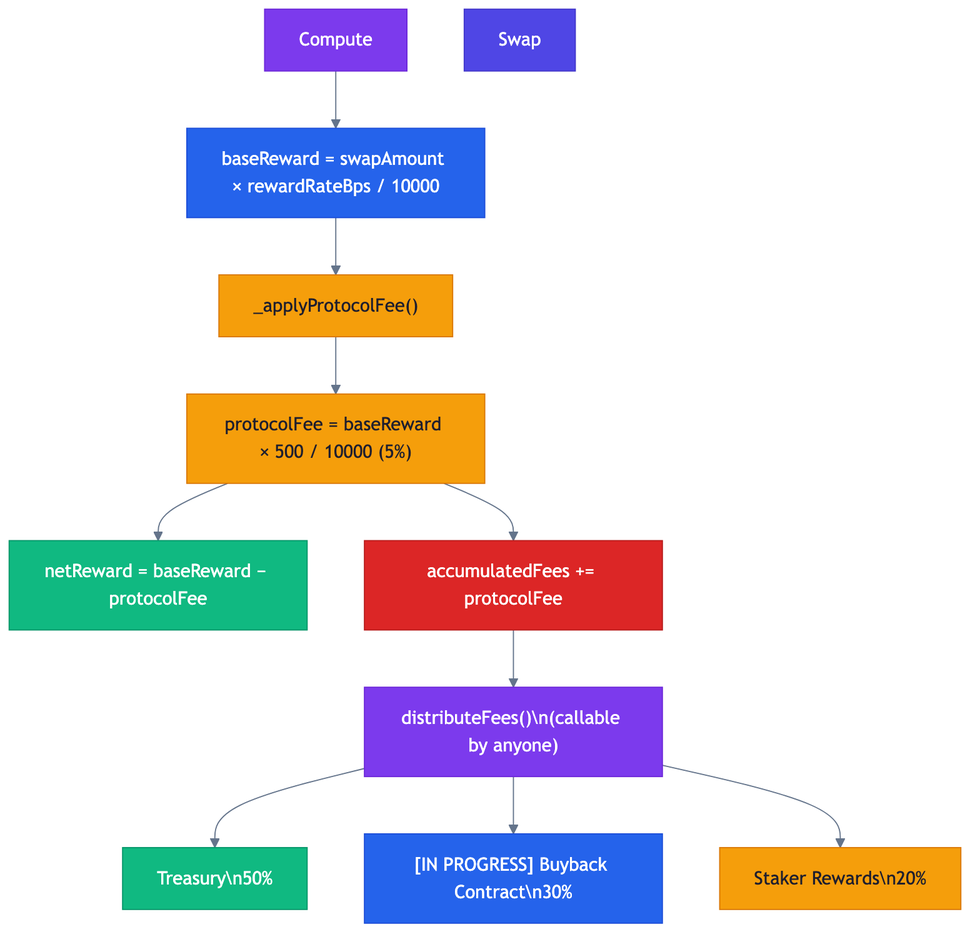
This is docs/diagrams/SYSTEM_DESIGN_12.png from guglxni/the-fixer-hook, a Mermaid export, as it was before one commit. Its source is kept beside it as docs/diagrams/SYSTEM_DESIGN_12.mmd. Its diagram source:
```mermaid
%%{init: {'theme': 'neutral', 'themeVariables': { 'primaryColor': '#2563eb', 'primaryTextColor': '#1e293b', 'primaryBorderColor': '#3b82f6', 'lineColor': '#64748b', 'secondaryColor': '#f1f5f9', 'tertiaryColor': '#e2e8f0'}}}%%
flowchart TD
    Compute --> Base["baseReward = swapAmount × rewardRateBps / 10000"]
    Base --> Fee["_applyProtocolFee()"]
    Fee --> CalcFee["protocolFee = baseReward × 500 / 10000 (5%)"]
    CalcFee --> Net["netReward = baseReward − protocolFee"]
    CalcFee --> Accum["accumulatedFees += protocolFee"]
    Accum --> Dist["distributeFees()\n(callable by anyone)"]
    Dist --> Treasury[" Treasury\n50%"]
    Dist --> Buyback["[IN PROGRESS] Buyback Contract\n30%"]
    Dist --> Stakers[" Staker Rewards\n20%"]
    style Swap fill:#4F46E5,color:#FFFFFF,stroke:#4338CA
    style Compute fill:#7C3AED,color:#FFFFFF,stroke:#6D28D9
    style Base fill:#2563EB,color:#FFFFFF,stroke:#1D4ED8
    style Fee fill:#F59E0B,color:#1E1E2E,stroke:#D97706
    style CalcFee fill:#F59E0B,color:#1E1E2E,stroke:#D97706
    style Net fill:#10B981,color:#FFFFFF,stroke:#059669
    style Accum fill:#DC2626,color:#FFFFFF,stroke:#B91C1C
    style Dist fill:#7C3AED,color:#FFFFFF,stroke:#6D28D9
    style Treasury fill:#10B981,color:#FFFFFF,stroke:#059669
    style Buyback fill:#2563EB,color:#FFFFFF,stroke:#1D4ED8
    style Stakers fill:#F59E0B,color:#1E1E2E,stroke:#D97706
```
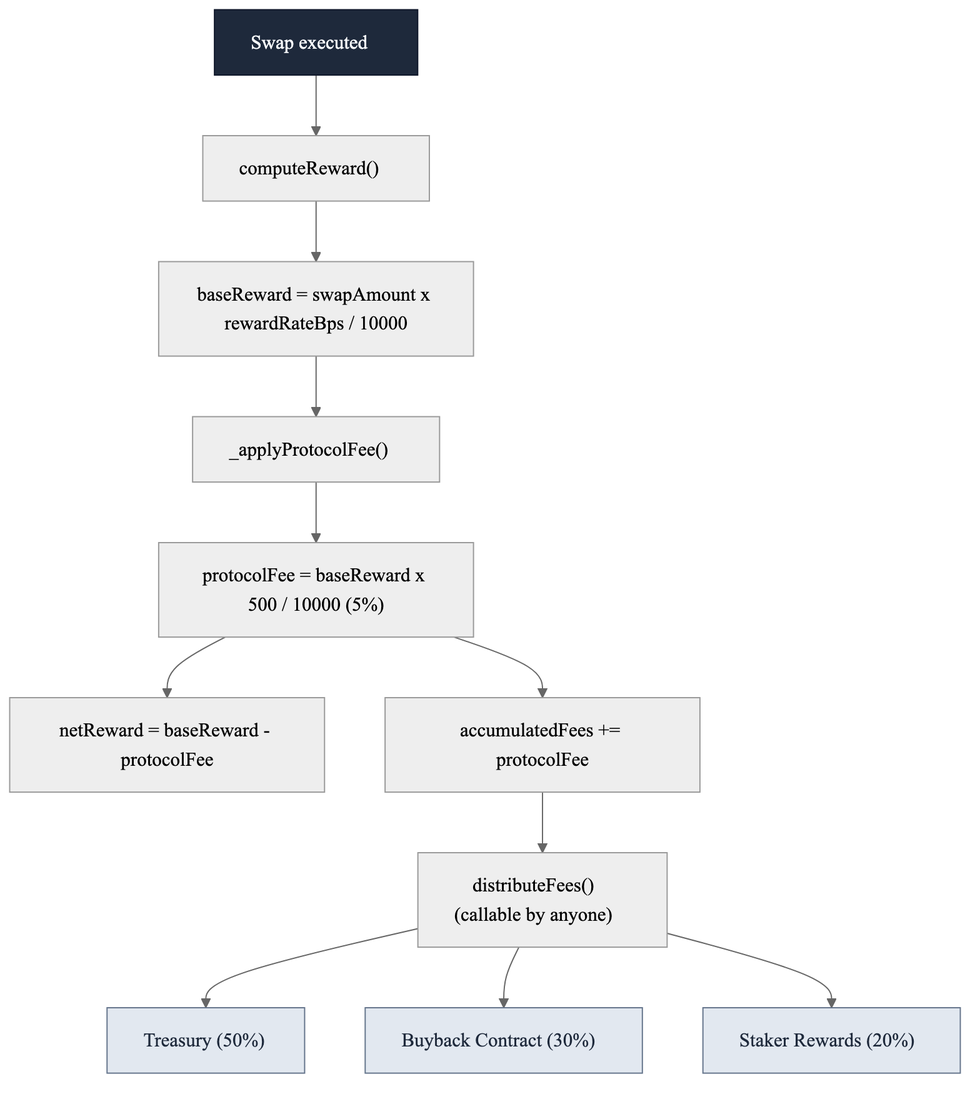
The same diagram one commit later.

Change to the diagram source:
```diff
@@ -1,22 +1,17 @@
-%%{init: {'theme': 'neutral', 'themeVariables': { 'primaryColor': '#2563eb', 'primaryTextColor': '#1e293b', 'primaryBorderColor': '#3b82f6', 'lineColor': '#64748b', 'secondaryColor': '#f1f5f9', 'tertiaryColor': '#e2e8f0'}}}%%
+%%{init: {'theme': 'neutral', 'themeVariables': {'fontFamily': 'Inter, system-ui, sans-serif'}}}%%
 flowchart TD
-    Compute --> Base["baseReward = swapAmount × rewardRateBps / 10000"]
+    Swap["Swap executed"] --> Compute["computeReward()"]
+    Compute --> Base["baseReward = swapAmount x rewardRateBps / 10000"]
     Base --> Fee["_applyProtocolFee()"]
-    Fee --> CalcFee["protocolFee = baseReward × 500 / 10000 (5%)"]
-    CalcFee --> Net["netReward = baseReward − protocolFee"]
+    Fee --> CalcFee["protocolFee = baseReward x 500 / 10000 (5%)"]
+    CalcFee --> Net["netReward = baseReward - protocolFee"]
     CalcFee --> Accum["accumulatedFees += protocolFee"]
-    Accum --> Dist["distributeFees()\n(callable by anyone)"]
-    Dist --> Treasury[" Treasury\n50%"]
-    Dist --> Buyback["[IN PROGRESS] Buyback Contract\n30%"]
-    Dist --> Stakers[" Staker Rewards\n20%"]
-    style Swap fill:#4F46E5,color:#FFFFFF,stroke:#4338CA
-    style Compute fill:#7C3AED,color:#FFFFFF,stroke:#6D28D9
-    style Base fill:#2563EB,color:#FFFFFF,stroke:#1D4ED8
-    style Fee fill:#F59E0B,color:#1E1E2E,stroke:#D97706
-    style CalcFee fill:#F59E0B,color:#1E1E2E,stroke:#D97706
-    style Net fill:#10B981,color:#FFFFFF,stroke:#059669
-    style Accum fill:#DC2626,color:#FFFFFF,stroke:#B91C1C
-    style Dist fill:#7C3AED,color:#FFFFFF,stroke:#6D28D9
-    style Treasury fill:#10B981,color:#FFFFFF,stroke:#059669
-    style Buyback fill:#2563EB,color:#FFFFFF,stroke:#1D4ED8
-    style Stakers fill:#F59E0B,color:#1E1E2E,stroke:#D97706
+    Accum --> Dist["distributeFees()<br/>(callable by anyone)"]
+    Dist --> Treasury["Treasury (50%)"]
+    Dist --> Buyback["Buyback Contract (30%)"]
+    Dist --> Stakers["Staker Rewards (20%)"]
+
+    style Swap fill:#1e293b,color:#f8fafc,stroke:#0f172a
+    style Treasury fill:#e2e8f0,color:#1e293b,stroke:#64748b
+    style Buyback fill:#e2e8f0,color:#1e293b,stroke:#64748b
+    style Stakers fill:#e2e8f0,color:#1e293b,stroke:#64748b
```
